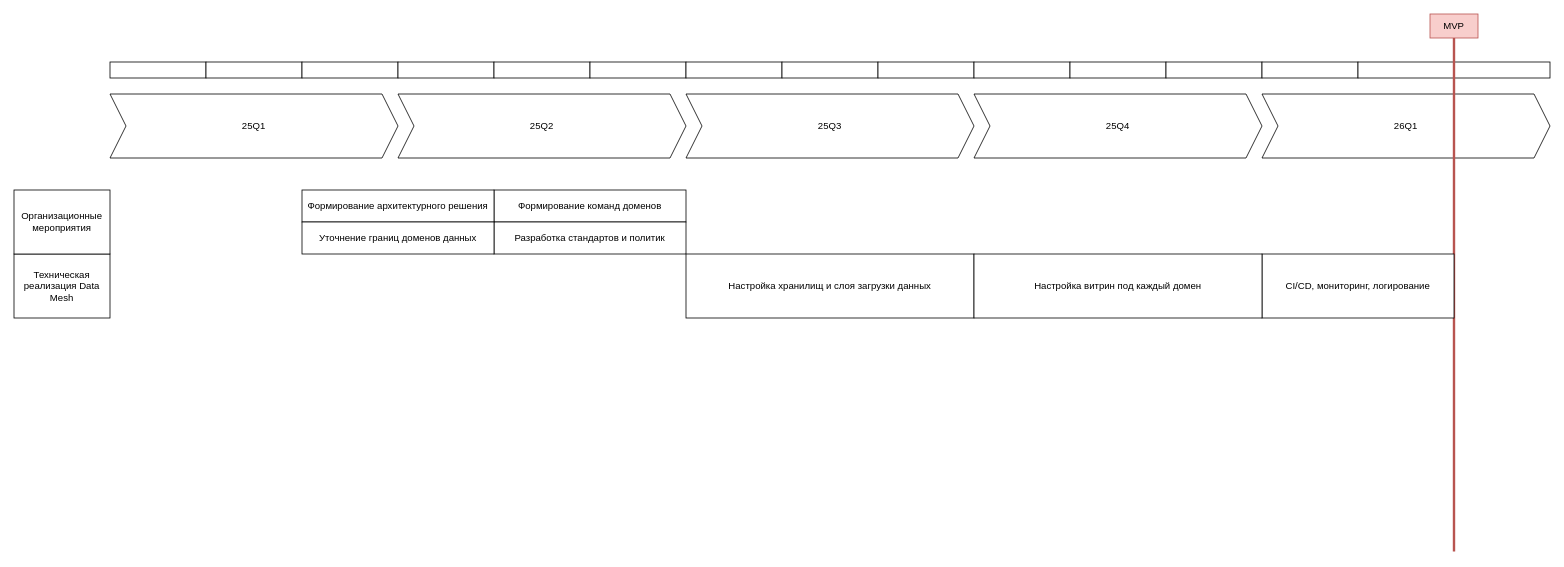
This is Task3/roadmap.drawio from asbelon/architecture-future_2_0, a draw.io file, before an edit. Source tidied: cells renumbered, new cells numbered last; positions are measured from the earlier drawing's top-left corner, leaving out a move shared by most shapes. Both pictures are drawn from the tidied source at 80%, with x=0, y=0 at pixel (14, 14).
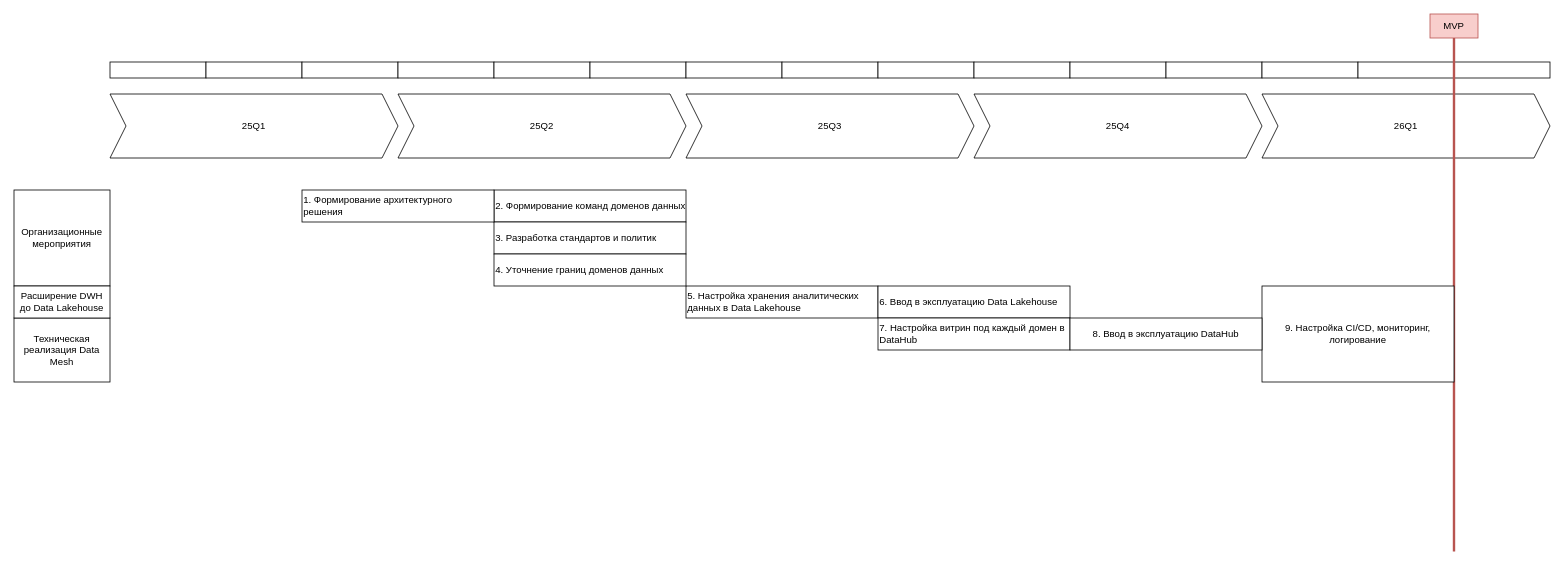
Above is the later version.

What changed in the source:
```diff
@@
     <mxCell id="6" value="Техническая реализация Data Mesh" style="rounded=0;whiteSpace=wrap;html=1;" parent="1" vertex="1">
-      <mxGeometry y="300" width="120" height="80" as="geometry" />
+      <mxGeometry y="380" width="120" height="80" as="geometry" />
     </mxCell>
-    <mxCell id="7" value="Формирование команд доменов" style="rounded=0;whiteSpace=wrap;html=1;" parent="1" vertex="1">
+    <mxCell id="7" value="2. Формирование команд доменов данных" style="rounded=0;whiteSpace=wrap;html=1;align=left;" parent="1" vertex="1">
       <mxGeometry x="600" y="220" width="240" height="40" as="geometry" />
     </mxCell>
@@
-    <mxCell id="14" value="Разработка стандартов и политик" style="rounded=0;whiteSpace=wrap;html=1;" parent="1" vertex="1">
+    <mxCell id="14" value="3. Разработка стандартов и политик" style="rounded=0;whiteSpace=wrap;html=1;align=left;" parent="1" vertex="1">
       <mxGeometry x="600" y="260" width="240" height="40" as="geometry" />
     </mxCell>
@@
     <mxCell id="22" value="Организационные мероприятия" style="rounded=0;whiteSpace=wrap;html=1;" parent="1" vertex="1">
-      <mxGeometry y="220" width="120" height="80" as="geometry" />
+      <mxGeometry y="220" width="120" height="120" as="geometry" />
     </mxCell>
@@
-    <mxCell id="28" value="Настройка хранилищ и слоя загрузки данных" style="rounded=0;whiteSpace=wrap;html=1;" parent="1" vertex="1">
-      <mxGeometry x="840" y="300" width="360" height="80" as="geometry" />
+    <mxCell id="28" value="5. Настройка хранения аналитических данных в Data Lakehouse" style="rounded=0;whiteSpace=wrap;html=1;align=left;" parent="1" vertex="1">
+      <mxGeometry x="840" y="340" width="240" height="40" as="geometry" />
     </mxCell>
-    <mxCell id="29" value="CI/CD, мониторинг, логирование" style="rounded=0;whiteSpace=wrap;html=1;" parent="1" vertex="1">
-      <mxGeometry x="1560" y="300" width="240" height="80" as="geometry" />
+    <mxCell id="29" value="9. Настройка CI/CD, мониторинг, логирование" style="rounded=0;whiteSpace=wrap;html=1;" parent="1" vertex="1">
+      <mxGeometry x="1560" y="340" width="240" height="120" as="geometry" />
     </mxCell>
-    <mxCell id="30" value="Формирование архитектурного решения" style="rounded=0;whiteSpace=wrap;html=1;" parent="1" vertex="1">
+    <mxCell id="30" value="1. Формирование архитектурного решения" style="rounded=0;whiteSpace=wrap;html=1;align=left;" parent="1" vertex="1">
       <mxGeometry x="360" y="220" width="240" height="40" as="geometry" />
     </mxCell>
-    <mxCell id="31" value="Уточнение границ доменов данных" style="rounded=0;whiteSpace=wrap;html=1;" parent="1" vertex="1">
-      <mxGeometry x="360" y="260" width="240" height="40" as="geometry" />
+    <mxCell id="31" value="4. Уточнение границ доменов данных" style="rounded=0;whiteSpace=wrap;html=1;align=left;" parent="1" vertex="1">
+      <mxGeometry x="600" y="300" width="240" height="40" as="geometry" />
     </mxCell>
-    <mxCell id="32" value="Настройка витрин под каждый домен" style="rounded=0;whiteSpace=wrap;html=1;" parent="1" vertex="1">
-      <mxGeometry x="1200" y="300" width="360" height="80" as="geometry" />
-    </mxCell>
+    <mxCell id="33" value="6. Ввод в эксплуатацию Data Lakehouse" style="rounded=0;whiteSpace=wrap;html=1;align=left;" parent="1" vertex="1">
+      <mxGeometry x="1080" y="340" width="240" height="40" as="geometry" />
+    </mxCell>
+    <mxCell id="34" value="Расширение DWH до Data Lakehouse" style="rounded=0;whiteSpace=wrap;html=1;" parent="1" vertex="1">
+      <mxGeometry y="340" width="120" height="40" as="geometry" />
+    </mxCell>
+    <mxCell id="35" value="7.&amp;nbsp;&lt;span style=&quot;text-align: center;&quot;&gt;Настройка витрин под каждый домен в DataHub&lt;/span&gt;" style="rounded=0;whiteSpace=wrap;html=1;align=left;" parent="1" vertex="1">
+      <mxGeometry x="1080" y="380" width="240" height="40" as="geometry" />
+    </mxCell>
+    <mxCell id="36" value="8. Ввод в эксплуатацию DataHub" style="rounded=0;whiteSpace=wrap;html=1;" parent="1" vertex="1">
+      <mxGeometry x="1320" y="380" width="240" height="40" as="geometry" />
+    </mxCell>
```
